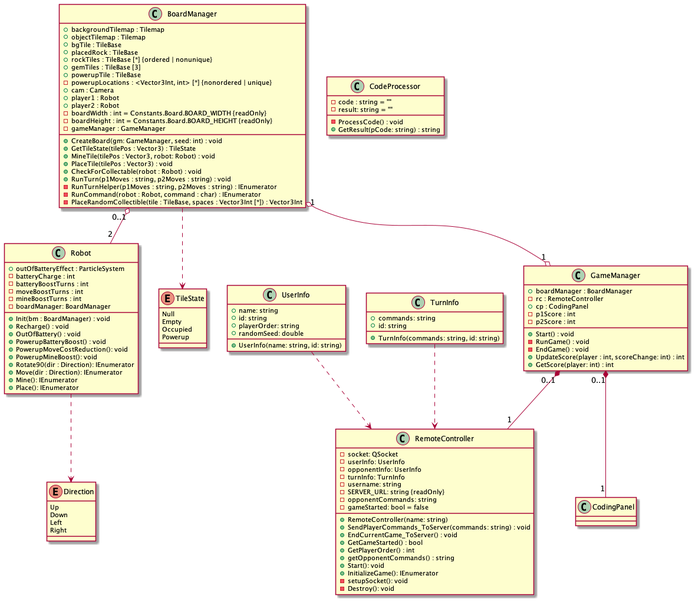
Above: docs/class_diagrams/out/robot_movement.png in cs130-w21/13 (PlantUML), before the change.
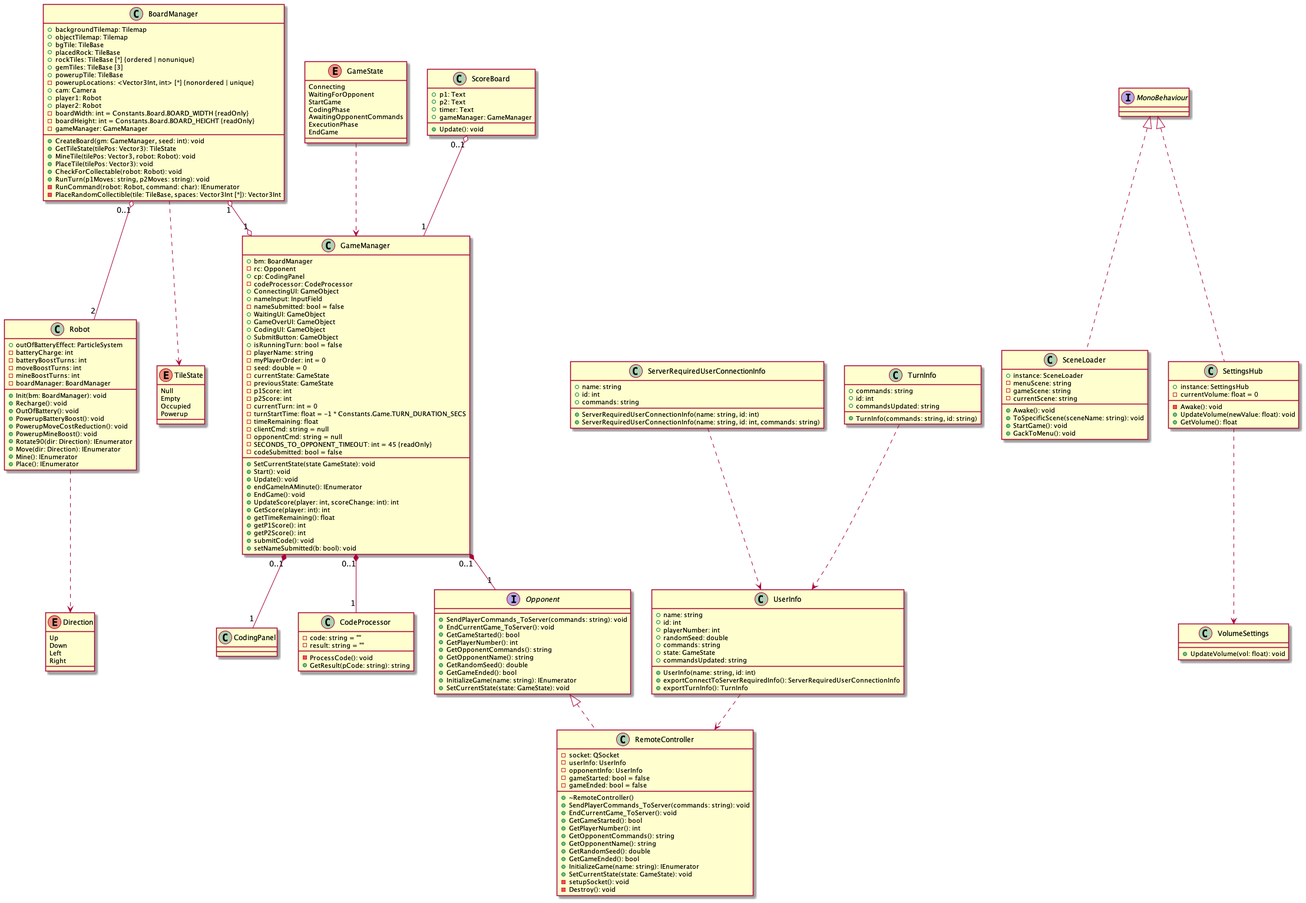
After the change.

Commit message:
new client diagrams

The edit, as a diff of the source:
```diff
@@ -10,20 +10,20 @@
 Robot ..> Direction
 
 class Robot {
-    + outOfBatteryEffect : ParticleSystem
-    - batteryCharge : int
-    - batteryBoostTurns : int
-    - moveBoostTurns : int
-    - mineBoostTurns : int
+    + outOfBatteryEffect: ParticleSystem
+    - batteryCharge: int
+    - batteryBoostTurns: int
+    - moveBoostTurns: int
+    - mineBoostTurns: int
     - boardManager: BoardManager
-    + Init(bm : BoardManager) : void
-    + Recharge() : void
-    + OutOfBattery() : void
-    + PowerupBatteryBoost() : void
+    + Init(bm: BoardManager): void
+    + Recharge(): void
+    + OutOfBattery(): void
+    + PowerupBatteryBoost(): void
     + PowerupMoveCostReduction(): void
     + PowerupMineBoost(): void
-    + Rotate90(dir : Direction): IEnumerator
-    + Move(dir : Direction): IEnumerator
+    + Rotate90(dir: Direction): IEnumerator
+    + Move(dir: Direction): IEnumerator
     + Mine(): IEnumerator
     + Place(): IEnumerator
 }
@@ -38,92 +38,193 @@
 BoardManager ..> TileState
 
 class BoardManager {
-    + backgroundTilemap : Tilemap
-    + objectTilemap : Tilemap
-    + bgTile : TileBase
-    + placedRock : TileBase
-    + rockTiles : TileBase [*] {ordered | nonunique}
-    + gemTiles : TileBase [3]
-    + powerupTile : TileBase
-    - powerupLocations : <Vector3Int, int> [*] {nonordered | unique}
-    + cam : Camera
-    + player1 : Robot
-    + player2 : Robot
-    - boardWidth : int = Constants.Board.BOARD_WIDTH {readOnly}
-    - boardHeight : int = Constants.Board.BOARD_HEIGHT {readOnly}
-    - gameManager : GameManager
-    + CreateBoard(gm: GameManager, seed: int) : void
-    + GetTileState(tilePos : Vector3) : TileState
-    + MineTile(tilePos : Vector3, robot: Robot) : void
-    + PlaceTile(tilePos : Vector3) : void
-    + CheckForCollectable(robot : Robot) : void
-    + RunTurn(p1Moves : string, p2Moves : string) : void
-    - RunTurnHelper(p1Moves : string, p2Moves : string) : IEnumerator
-    - RunCommand(robot : Robot, command : char) : IEnumerator
-    - PlaceRandomCollectible(tile : TileBase, spaces : Vector3Int [*]) : Vector3Int
+    + backgroundTilemap: Tilemap
+    + objectTilemap: Tilemap
+    + bgTile: TileBase
+    + placedRock: TileBase
+    + rockTiles: TileBase [*] {ordered | nonunique}
+    + gemTiles: TileBase [3]
+    + powerupTile: TileBase
+    - powerupLocations: <Vector3Int, int> [*] {nonordered | unique}
+    + cam: Camera
+    + player1: Robot
+    + player2: Robot
+    - boardWidth: int = Constants.Board.BOARD_WIDTH {readOnly}
+    - boardHeight: int = Constants.Board.BOARD_HEIGHT {readOnly}
+    - gameManager: GameManager
+    + CreateBoard(gm: GameManager, seed: int): void
+    + GetTileState(tilePos: Vector3): TileState
+    + MineTile(tilePos: Vector3, robot: Robot): void
+    + PlaceTile(tilePos: Vector3): void
+    + CheckForCollectable(robot: Robot): void
+    + RunTurn(p1Moves: string, p2Moves: string): void
+    - RunCommand(robot: Robot, command: char): IEnumerator
+    - PlaceRandomCollectible(tile: TileBase, spaces: Vector3Int [*]): Vector3Int
 }
 BoardManager "0..1" o-- "2" Robot
 BoardManager "1" o--o "1" GameManager
 
 
+enum GameState {
+    Connecting
+    WaitingForOpponent
+    StartGame
+    CodingPhase
+    AwaitingOpponentCommands
+    ExecutionPhase
+    EndGame
+}
+GameState ..> GameManager
+
 class GameManager {
-    + boardManager : BoardManager
-    - rc : RemoteController
-    + cp : CodingPanel
-    - p1Score : int
-    - p2Score : int
-    + Start() : void
-    - RunGame() : void
-    - EndGame() : void
-    + UpdateScore(player : int, scoreChange: int) : int
-    + GetScore(player: int) : int
+    + bm: BoardManager
+    - rc: Opponent
+    + cp: CodingPanel
+    - codeProcessor: CodeProcessor
+    + ConnectingUI: GameObject
+    + nameInput: InputField
+    - nameSubmitted: bool = false
+    + WaitingUI: GameObject
+    + GameOverUI: GameObject
+    + CodingUI: GameObject
+    + SubmitButton: GameObject
+    + isRunningTurn: bool = false
+    - playerName: string
+    - myPlayerOrder: int = 0
+    - seed: double = 0
+    - currentState: GameState
+    - previousState: GameState
+    - p1Score: int
+    - p2Score: int
+    - currentTurn: int = 0
+    - turnStartTime: float = -1 * Constants.Game.TURN_DURATION_SECS
+    - timeRemaining: float
+    - clientCmd: string = null
+    - opponentCmd: string = null
+    - SECONDS_TO_OPPONENT_TIMEOUT: int = 45 {readOnly}
+    - codeSubmitted: bool = false
+    + SetCurrentState(state GameState): void
+    + Start(): void
+    + Update(): void
+    + endGameInAMinute(): IEnumerator
+    + EndGame(): void
+    + UpdateScore(player: int, scoreChange: int): int
+    + GetScore(player: int): int
+    + getTimeRemaining(): float
+    + getP1Score(): int
+    + getP2Score(): int
+    + submitCode(): void
+    + setNameSubmitted(b: bool): void
 }
-GameManager "0..1" *-- "1" RemoteController
 GameManager "0..1" *-- "1" CodingPanel
+GameManager "0..1" *-- "1" CodeProcessor
+GameManager "0..1" *-- "1" Opponent
 
 
 class CodeProcessor {
-    - code : string = ""
+    - code: string = ""
     - result: string = ""
-    - ProcessCode() : void
-    + GetResult(pCode: string) : string
+    - ProcessCode(): void
+    + GetResult(pCode: string): string
 }
+
+class ScoreBoard {
+    + p1: Text
+    + p2: Text
+    + timer: Text
+    + gameManager: GameManager
+    + Update(): void
+}
+ScoreBoard "0..1" o-- "1" GameManager
+
+
+class SceneLoader implements MonoBehaviour {
+    + instance: SceneLoader
+    - menuScene: string
+    - gameScene: string
+    - currentScene: string
+    + Awake(): void
+    + ToSpecificScene(sceneName: string): void
+    + StartGame(): void
+    + GackToMenu(): void
+}
+
+class SettingsHub implements MonoBehaviour {
+    + instance: SettingsHub
+    - currentVolume: float = 0
+    - Awake(): void
+    + UpdateVolume(newValue: float): void
+    + GetVolume(): float
+}
+
+class VolumeSettings {
+    + UpdateVolume(vol: float): void
+}
+SettingsHub ..> VolumeSettings
 
 
 class UserInfo {
     + name: string
-    + id: string
-    + playerOrder: string
+    + id: int
+    + playerNumber: int
     + randomSeed: double
-    + UserInfo(name: string, id: string)
+    + commands: string
+    + state: GameState
+    + commandsUpdated: string
+    + UserInfo(name: string, id: int)
+    + exportConnectToServerRequiredInfo(): ServerRequiredUserConnectionInfo
+    + exportTurnInfo(): TurnInfo
 }
 UserInfo ..> RemoteController
 
+class ServerRequiredUserConnectionInfo {
+    + name: string
+    + id: int
+    + commands: string
+    + ServerRequiredUserConnectionInfo(name: string, id: int)
+    + ServerRequiredUserConnectionInfo(name: string, id: int, commands: string)
+}
+ServerRequiredUserConnectionInfo ..> UserInfo
+
 class TurnInfo {
     + commands: string
-    + id: string
+    + id: int
+    + commandsUpdated: string
     + TurnInfo(commands: string, id: string)
 }
-TurnInfo ..> RemoteController
+TurnInfo ..> UserInfo
 
 
-class RemoteController {
+interface Opponent {
+    + SendPlayerCommands_ToServer(commands: string): void
+    + EndCurrentGame_ToServer(): void
+    + GetGameStarted(): bool
+    + GetPlayerNumber(): int
+    + GetOpponentCommands(): string
+    + GetOpponentName(): string
+    + GetRandomSeed(): double
+    + GetGameEnded(): bool
+    + InitializeGame(name: string): IEnumerator
+    + SetCurrentState(state: GameState): void
+}
+
+class RemoteController implements Opponent {
     - socket: QSocket
     - userInfo: UserInfo
     - opponentInfo: UserInfo
-    - turnInfo: TurnInfo
-    - username: string
-    - SERVER_URL: string {readOnly}
-    - opponentCommands: string
     - gameStarted: bool = false
-    + RemoteController(name: string)
-    + SendPlayerCommands_ToServer(commands: string) : void
-    + EndCurrentGame_ToServer() : void
-    + GetGameStarted() : bool
-    + GetPlayerOrder() : int
-    + getOpponentCommands() : string
-    + Start(): void
-    + InitializeGame(): IEnumerator
+    - gameEnded: bool = false
+    + ~RemoteController()
+    + SendPlayerCommands_ToServer(commands: string): void
+    + EndCurrentGame_ToServer(): void
+    + GetGameStarted(): bool
+    + GetPlayerNumber(): int
+    + GetOpponentCommands(): string
+    + GetOpponentName(): string
+    + GetRandomSeed(): double
+    + GetGameEnded(): bool
+    + InitializeGame(name: string): IEnumerator
+    + SetCurrentState(state: GameState): void
     - setupSocket(): void
     - Destroy(): void
 }
```
